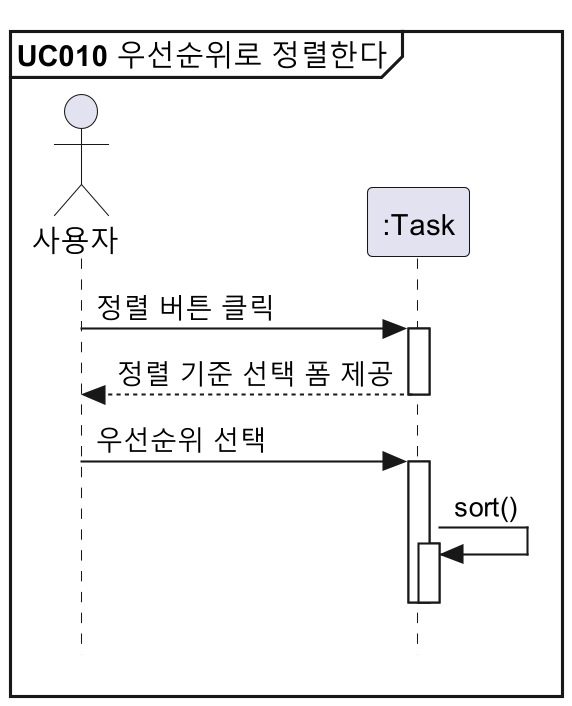
The PlantUML diagram docs/설계명세서/images/seq_diag/uc010.png in parkchamchi/SoftwareEngineering2023, before a commit.
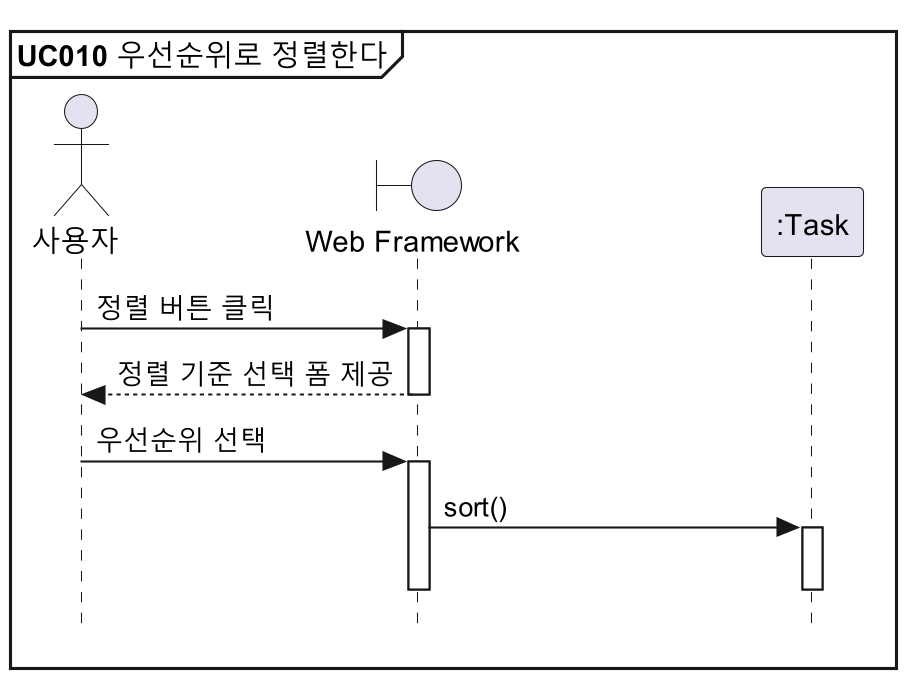
Later version of the same file.

What changed in the source:
```diff
@@ -3,14 +3,14 @@
 
 mainframe **UC010** 우선순위로 정렬한다
 
-actor 사용자
+!includesub style.puml!PARTICIPANTS
 participant ":Task" as Task
 
-사용자 -> Task : 정렬 버튼 클릭
-Task --> 사용자 : 정렬 기준 선택 폼 제공
-사용자 -> Task : 우선순위 선택
-Task -> Task : sort()
+사용자 -> view : 정렬 버튼 클릭
+view --> 사용자 : 정렬 기준 선택 폼 제공
+사용자 -> view : 우선순위 선택
+view -> Task : sort()
 deactivate Task
-deactivate Task
+deactivate view
 
 @enduml
```
